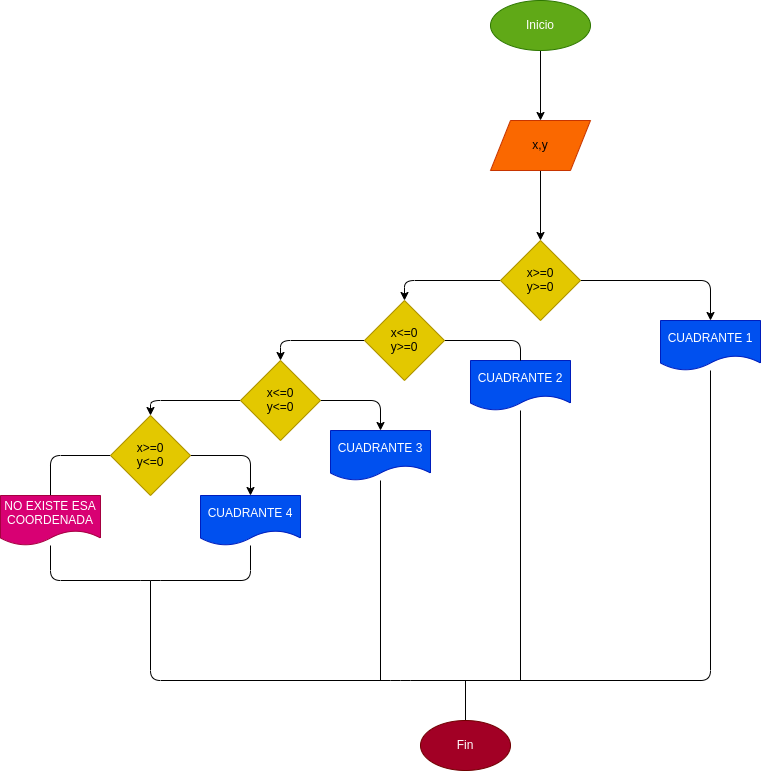
The draw.io diagram ejercicio1/diagrama.png in Paugs09/estructuras_condicionales, before a commit. Source tidied: cells renumbered, new cells last; positions are measured from the earlier drawing's top-left corner, leaving out a move shared by most shapes. Its diagram source:
```xml
<mxGraphModel>
  <root>
    <mxCell id="0" />
    <mxCell id="1" parent="0" />
    <mxCell id="2" style="edgeStyle=none;html=1;" parent="1" edge="1" source="3" target="5">
      <mxGeometry relative="1" as="geometry" />
    </mxCell>
    <mxCell id="3" value="Inicio" style="ellipse;whiteSpace=wrap;html=1;fillColor=#60a917;fontColor=#ffffff;strokeColor=#2D7600;" parent="1" vertex="1">
      <mxGeometry x="490" width="100" height="50" as="geometry" />
    </mxCell>
    <mxCell id="4" style="edgeStyle=none;html=1;" parent="1" edge="1" source="5" target="8">
      <mxGeometry relative="1" as="geometry" />
    </mxCell>
    <mxCell id="5" value="x,y" style="shape=parallelogram;perimeter=parallelogramPerimeter;whiteSpace=wrap;html=1;fixedSize=1;fillColor=#fa6800;fontColor=#000000;strokeColor=#C73500;" parent="1" vertex="1">
      <mxGeometry x="490" y="120" width="100" height="50" as="geometry" />
    </mxCell>
    <mxCell id="6" style="edgeStyle=none;html=1;" parent="1" edge="1" source="8" target="10">
      <mxGeometry relative="1" as="geometry">
        <Array as="points">
          <mxPoint x="710" y="280" />
        </Array>
      </mxGeometry>
    </mxCell>
    <mxCell id="7" style="edgeStyle=none;html=1;" parent="1" edge="1" source="8" target="21">
      <mxGeometry relative="1" as="geometry">
        <Array as="points">
          <mxPoint x="404" y="280" />
        </Array>
      </mxGeometry>
    </mxCell>
    <mxCell id="8" value="x&amp;gt;=0&lt;br&gt;y&amp;gt;=0" style="rhombus;whiteSpace=wrap;html=1;fillColor=#e3c800;fontColor=#000000;strokeColor=#B09500;" parent="1" vertex="1">
      <mxGeometry x="500" y="240" width="80" height="80" as="geometry" />
    </mxCell>
    <mxCell id="9" style="edgeStyle=none;html=1;endArrow=none;endFill=0;" parent="1" edge="1" source="10">
      <mxGeometry relative="1" as="geometry">
        <mxPoint x="150" y="580" as="targetPoint" />
        <Array as="points">
          <mxPoint x="710" y="680" />
          <mxPoint x="400" y="680" />
          <mxPoint x="150" y="680" />
        </Array>
      </mxGeometry>
    </mxCell>
    <mxCell id="10" value="CUADRANTE 1" style="shape=document;whiteSpace=wrap;html=1;boundedLbl=1;fillColor=#0050ef;fontColor=#ffffff;strokeColor=#001DBC;" parent="1" vertex="1">
      <mxGeometry x="660" y="320" width="100" height="50" as="geometry" />
    </mxCell>
    <mxCell id="11" style="edgeStyle=none;html=1;endArrow=none;endFill=0;" parent="1" edge="1" source="12">
      <mxGeometry relative="1" as="geometry">
        <mxPoint x="520" y="680" as="targetPoint" />
      </mxGeometry>
    </mxCell>
    <mxCell id="12" value="CUADRANTE 2" style="shape=document;whiteSpace=wrap;html=1;boundedLbl=1;fillColor=#0050ef;fontColor=#ffffff;strokeColor=#001DBC;" parent="1" vertex="1">
      <mxGeometry x="470" y="360" width="100" height="50" as="geometry" />
    </mxCell>
    <mxCell id="13" value="CUADRANTE 4" style="shape=document;whiteSpace=wrap;html=1;boundedLbl=1;fillColor=#0050ef;fontColor=#ffffff;strokeColor=#001DBC;" parent="1" vertex="1">
      <mxGeometry x="200" y="495" width="100" height="50" as="geometry" />
    </mxCell>
    <mxCell id="14" style="edgeStyle=none;html=1;endArrow=none;endFill=0;" parent="1" edge="1" source="15">
      <mxGeometry relative="1" as="geometry">
        <mxPoint x="380" y="680" as="targetPoint" />
      </mxGeometry>
    </mxCell>
    <mxCell id="15" value="CUADRANTE 3" style="shape=document;whiteSpace=wrap;html=1;boundedLbl=1;fillColor=#0050ef;fontColor=#ffffff;strokeColor=#001DBC;" parent="1" vertex="1">
      <mxGeometry x="330" y="430" width="100" height="50" as="geometry" />
    </mxCell>
    <mxCell id="16" style="edgeStyle=none;html=1;" parent="1" edge="1" source="18" target="13">
      <mxGeometry relative="1" as="geometry">
        <Array as="points">
          <mxPoint x="250" y="455" />
        </Array>
      </mxGeometry>
    </mxCell>
    <mxCell id="17" style="edgeStyle=none;html=1;endArrow=none;endFill=0;" parent="1" edge="1" source="18" target="26">
      <mxGeometry relative="1" as="geometry">
        <Array as="points">
          <mxPoint x="50" y="455" />
        </Array>
      </mxGeometry>
    </mxCell>
    <mxCell id="18" value="x&amp;gt;=0&lt;br&gt;y&amp;lt;=0" style="rhombus;whiteSpace=wrap;html=1;fillColor=#e3c800;fontColor=#000000;strokeColor=#B09500;" parent="1" vertex="1">
      <mxGeometry x="110" y="415" width="80" height="80" as="geometry" />
    </mxCell>
    <mxCell id="19" style="edgeStyle=none;html=1;" parent="1" edge="1" source="21" target="24">
      <mxGeometry relative="1" as="geometry">
        <Array as="points">
          <mxPoint x="280" y="340" />
        </Array>
      </mxGeometry>
    </mxCell>
    <mxCell id="20" style="edgeStyle=none;html=1;endArrow=none;endFill=0;" parent="1" edge="1" source="21" target="12">
      <mxGeometry relative="1" as="geometry">
        <Array as="points">
          <mxPoint x="520" y="340" />
        </Array>
      </mxGeometry>
    </mxCell>
    <mxCell id="21" value="x&amp;lt;=0&lt;br&gt;y&amp;gt;=0" style="rhombus;whiteSpace=wrap;html=1;fillColor=#e3c800;fontColor=#000000;strokeColor=#B09500;" parent="1" vertex="1">
      <mxGeometry x="364" y="300" width="80" height="80" as="geometry" />
    </mxCell>
    <mxCell id="22" style="edgeStyle=none;html=1;" parent="1" edge="1" source="24" target="18">
      <mxGeometry relative="1" as="geometry">
        <Array as="points">
          <mxPoint x="150" y="400" />
        </Array>
      </mxGeometry>
    </mxCell>
    <mxCell id="23" style="edgeStyle=none;html=1;" parent="1" edge="1" source="24" target="15">
      <mxGeometry relative="1" as="geometry">
        <Array as="points">
          <mxPoint x="380" y="400" />
        </Array>
      </mxGeometry>
    </mxCell>
    <mxCell id="24" value="x&amp;lt;=0&lt;br&gt;y&amp;lt;=0" style="rhombus;whiteSpace=wrap;html=1;fillColor=#e3c800;fontColor=#000000;strokeColor=#B09500;" parent="1" vertex="1">
      <mxGeometry x="240" y="360" width="80" height="80" as="geometry" />
    </mxCell>
    <mxCell id="25" style="edgeStyle=none;html=1;endArrow=none;endFill=0;" parent="1" edge="1" source="26" target="13">
      <mxGeometry relative="1" as="geometry">
        <Array as="points">
          <mxPoint x="50" y="580" />
          <mxPoint x="150" y="580" />
          <mxPoint x="250" y="580" />
        </Array>
      </mxGeometry>
    </mxCell>
    <mxCell id="26" value="NO EXISTE ESA COORDENADA" style="shape=document;whiteSpace=wrap;html=1;boundedLbl=1;fillColor=#d80073;fontColor=#ffffff;strokeColor=#A50040;" parent="1" vertex="1">
      <mxGeometry y="495" width="100" height="50" as="geometry" />
    </mxCell>
    <mxCell id="27" style="edgeStyle=none;html=1;endArrow=none;endFill=0;" parent="1" edge="1" source="28">
      <mxGeometry relative="1" as="geometry">
        <mxPoint x="465" y="680" as="targetPoint" />
      </mxGeometry>
    </mxCell>
    <mxCell id="28" value="Fin" style="ellipse;whiteSpace=wrap;html=1;fillColor=#a20025;fontColor=#ffffff;strokeColor=#6F0000;" parent="1" vertex="1">
      <mxGeometry x="420" y="720" width="90" height="50" as="geometry" />
    </mxCell>
  </root>
</mxGraphModel>
```
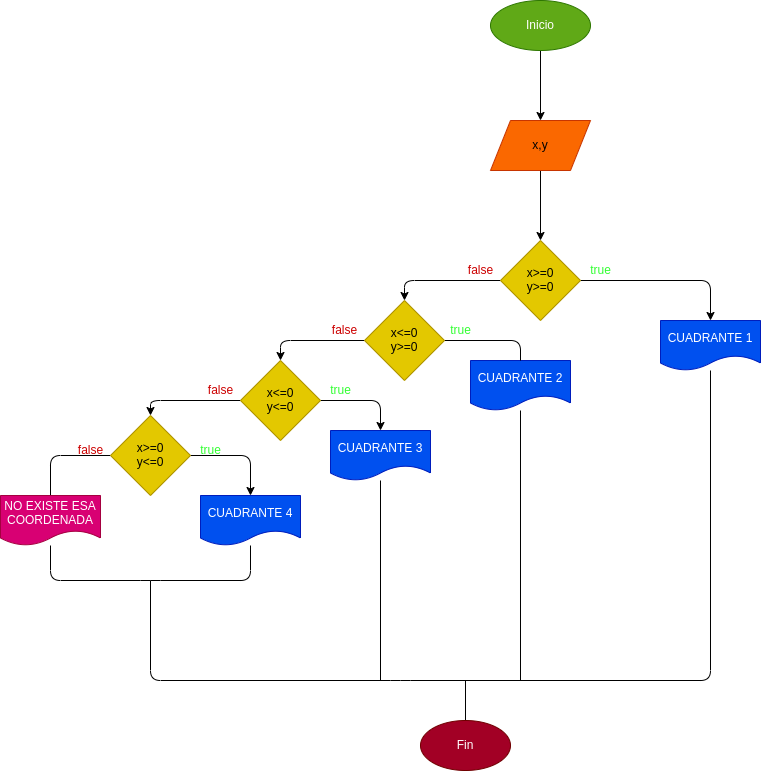
Later version of the same file.

What changed in the source:
```diff
@@ -134,5 +134,29 @@
     <mxCell id="28" value="Fin" style="ellipse;whiteSpace=wrap;html=1;fillColor=#a20025;fontColor=#ffffff;strokeColor=#6F0000;" parent="1" vertex="1">
       <mxGeometry x="420" y="720" width="90" height="50" as="geometry" />
     </mxCell>
+    <mxCell id="29" value="true" style="text;html=1;align=center;verticalAlign=middle;fontColor=#33FF33;" parent="1" vertex="1">
+      <mxGeometry x="580" y="260" width="40" height="20" as="geometry" />
+    </mxCell>
+    <mxCell id="30" value="true" style="text;html=1;align=center;verticalAlign=middle;fontColor=#33FF33;" parent="1" vertex="1">
+      <mxGeometry x="440" y="320" width="40" height="20" as="geometry" />
+    </mxCell>
+    <mxCell id="31" value="true" style="text;html=1;align=center;verticalAlign=middle;fontColor=#33FF33;" parent="1" vertex="1">
+      <mxGeometry x="320" y="380" width="40" height="20" as="geometry" />
+    </mxCell>
+    <mxCell id="32" value="true" style="text;html=1;align=center;verticalAlign=middle;fontColor=#33FF33;" parent="1" vertex="1">
+      <mxGeometry x="190" y="440" width="40" height="20" as="geometry" />
+    </mxCell>
+    <mxCell id="33" value="false" style="text;html=1;align=center;verticalAlign=middle;strokeColor=none;fillColor=none;fontColor=#CC0000;" parent="1" vertex="1">
+      <mxGeometry x="460" y="260" width="40" height="20" as="geometry" />
+    </mxCell>
+    <mxCell id="34" value="false" style="text;html=1;align=center;verticalAlign=middle;strokeColor=none;fillColor=none;fontColor=#CC0000;" parent="1" vertex="1">
+      <mxGeometry x="324" y="320" width="40" height="20" as="geometry" />
+    </mxCell>
+    <mxCell id="35" value="false" style="text;html=1;align=center;verticalAlign=middle;strokeColor=none;fillColor=none;fontColor=#CC0000;" parent="1" vertex="1">
+      <mxGeometry x="200" y="380" width="40" height="20" as="geometry" />
+    </mxCell>
+    <mxCell id="36" value="false" style="text;html=1;align=center;verticalAlign=middle;strokeColor=none;fillColor=none;fontColor=#CC0000;" parent="1" vertex="1">
+      <mxGeometry x="70" y="440" width="40" height="20" as="geometry" />
+    </mxCell>
   </root>
 </mxGraphModel>
```
